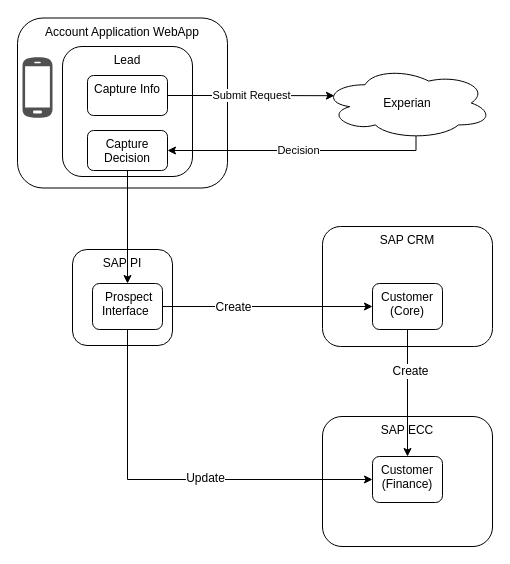
Earlier version of the draw.io diagram page "Accept" (1 of 2) of Account Application.drawio (mrf742002/Diagrams). Source tidied: cells renumbered, new cells numbered last; positions are measured from the earlier drawing's top-left corner, leaving out a move shared by most shapes. Both pictures are drawn from the tidied source at 100%, with x=0, y=0 at pixel (17, 18).
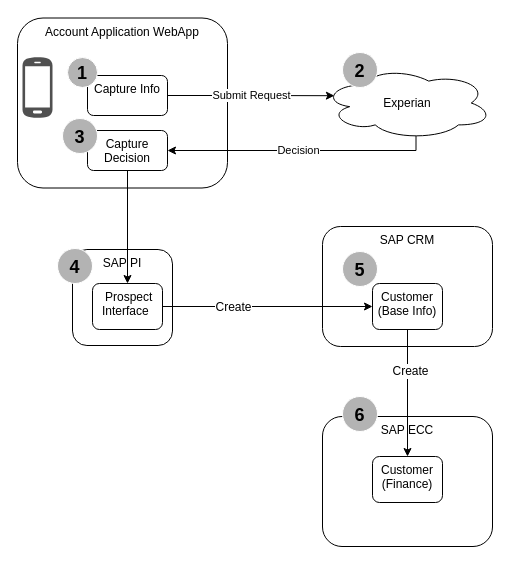
Above is the later version.

The change refers to these unchanged cells:
```xml
<mxCell id="10" value="&amp;nbsp;Prospect Interface&amp;nbsp;" style="rounded=1;whiteSpace=wrap;html=1;verticalAlign=top;" parent="1" vertex="1">
  <mxGeometry x="75" y="265" width="70" height="46" as="geometry" />
</mxCell>
<mxCell id="14" value="Customer&lt;br&gt;(Finance)" style="rounded=1;whiteSpace=wrap;html=1;verticalAlign=top;" parent="1" vertex="1">
  <mxGeometry x="355" y="438" width="70" height="46" as="geometry" />
</mxCell>
```

What changed in the source:
```diff
@@
-    <mxCell id="3" value="Lead" style="rounded=1;whiteSpace=wrap;html=1;verticalAlign=top;" parent="1" vertex="1">
-      <mxGeometry x="45" y="28" width="130" height="130" as="geometry" />
-    </mxCell>
@@
-    <mxCell id="12" value="Customer (Core)" style="rounded=1;whiteSpace=wrap;html=1;verticalAlign=top;" parent="1" vertex="1">
+    <mxCell id="12" value="Customer (Base Info)" style="rounded=1;whiteSpace=wrap;html=1;verticalAlign=top;" parent="1" vertex="1">
       <mxGeometry x="355" y="265" width="70" height="46" as="geometry" />
     </mxCell>
@@
-    <mxCell id="19" style="edgeStyle=orthogonalEdgeStyle;rounded=0;jettySize=auto;html=1;exitX=0.5;exitY=1;exitDx=0;exitDy=0;entryX=0;entryY=0.5;entryDx=0;entryDy=0;" parent="1" edge="1" source="10" target="14">
-      <mxGeometry relative="1" as="geometry" />
-    </mxCell>
-    <mxCell id="20" value="Update" style="text;html=1;align=center;verticalAlign=middle;labelBackgroundColor=#ffffff;" parent="19" vertex="1">
-      <mxGeometry x="-0.25" y="77" relative="1" as="geometry" />
-    </mxCell>
@@
+    <mxCell id="23" value="&lt;b&gt;&lt;font style=&quot;font-size: 18px&quot;&gt;1&lt;/font&gt;&lt;/b&gt;" style="ellipse;whiteSpace=wrap;html=1;strokeColor=#FFFFFF;fillColor=#B3B3B3;fontSize=20;" parent="1" vertex="1">
+      <mxGeometry x="50" y="39" width="30" height="30" as="geometry" />
+    </mxCell>
+    <mxCell id="24" value="&lt;b&gt;&lt;font style=&quot;font-size: 18px&quot;&gt;3&lt;/font&gt;&lt;/b&gt;" style="ellipse;whiteSpace=wrap;html=1;strokeColor=#FFFFFF;fillColor=#B3B3B3;fontSize=20;" parent="1" vertex="1">
+      <mxGeometry x="45" y="100" width="35" height="35" as="geometry" />
+    </mxCell>
+    <mxCell id="25" value="&lt;b&gt;&lt;font style=&quot;font-size: 18px&quot;&gt;2&lt;/font&gt;&lt;/b&gt;" style="ellipse;whiteSpace=wrap;html=1;strokeColor=#FFFFFF;fillColor=#B3B3B3;fontSize=20;" parent="1" vertex="1">
+      <mxGeometry x="325" y="34" width="35" height="35" as="geometry" />
+    </mxCell>
+    <mxCell id="26" value="&lt;b&gt;&lt;font style=&quot;font-size: 18px&quot;&gt;4&lt;/font&gt;&lt;/b&gt;" style="ellipse;whiteSpace=wrap;html=1;strokeColor=#FFFFFF;fillColor=#B3B3B3;fontSize=20;" parent="1" vertex="1">
+      <mxGeometry x="40" y="230" width="35" height="35" as="geometry" />
+    </mxCell>
+    <mxCell id="27" value="&lt;b&gt;&lt;font style=&quot;font-size: 18px&quot;&gt;5&lt;/font&gt;&lt;/b&gt;" style="ellipse;whiteSpace=wrap;html=1;strokeColor=#FFFFFF;fillColor=#B3B3B3;fontSize=20;" parent="1" vertex="1">
+      <mxGeometry x="325" y="233" width="35" height="35" as="geometry" />
+    </mxCell>
+    <mxCell id="28" value="&lt;b&gt;&lt;font style=&quot;font-size: 18px&quot;&gt;6&lt;/font&gt;&lt;/b&gt;" style="ellipse;whiteSpace=wrap;html=1;strokeColor=#FFFFFF;fillColor=#B3B3B3;fontSize=20;" parent="1" vertex="1">
+      <mxGeometry x="325" y="378" width="35" height="35" as="geometry" />
+    </mxCell>
```
